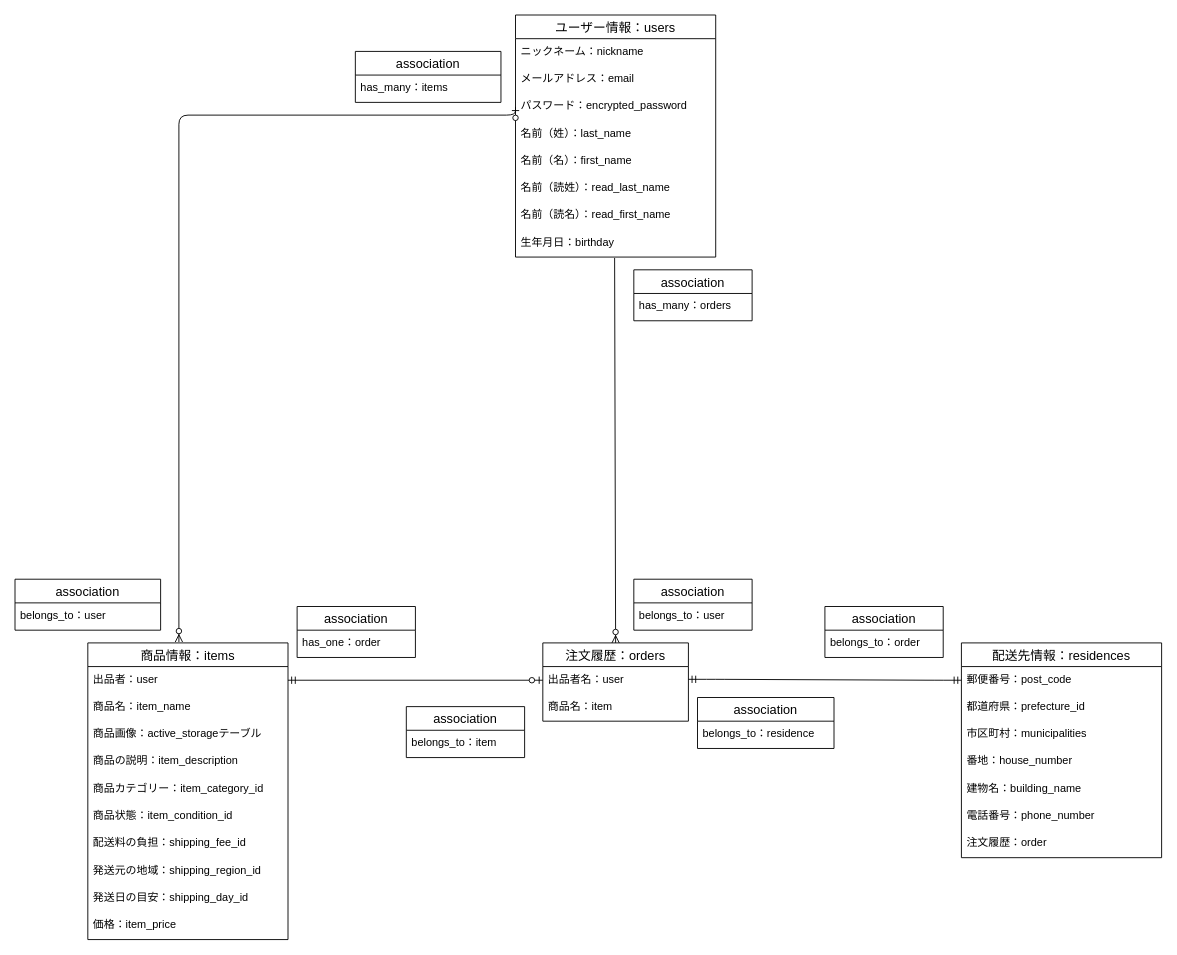
Before: ER .dio in TkToshi/furima-40579, a draw.io diagram. Source tidied: cells renumbered, new cells numbered last; positions are measured from the earlier drawing's top-left corner, leaving out a move shared by most shapes. Both pictures are drawn from the tidied source at 91%, with x=0, y=0 at pixel (15, 15).
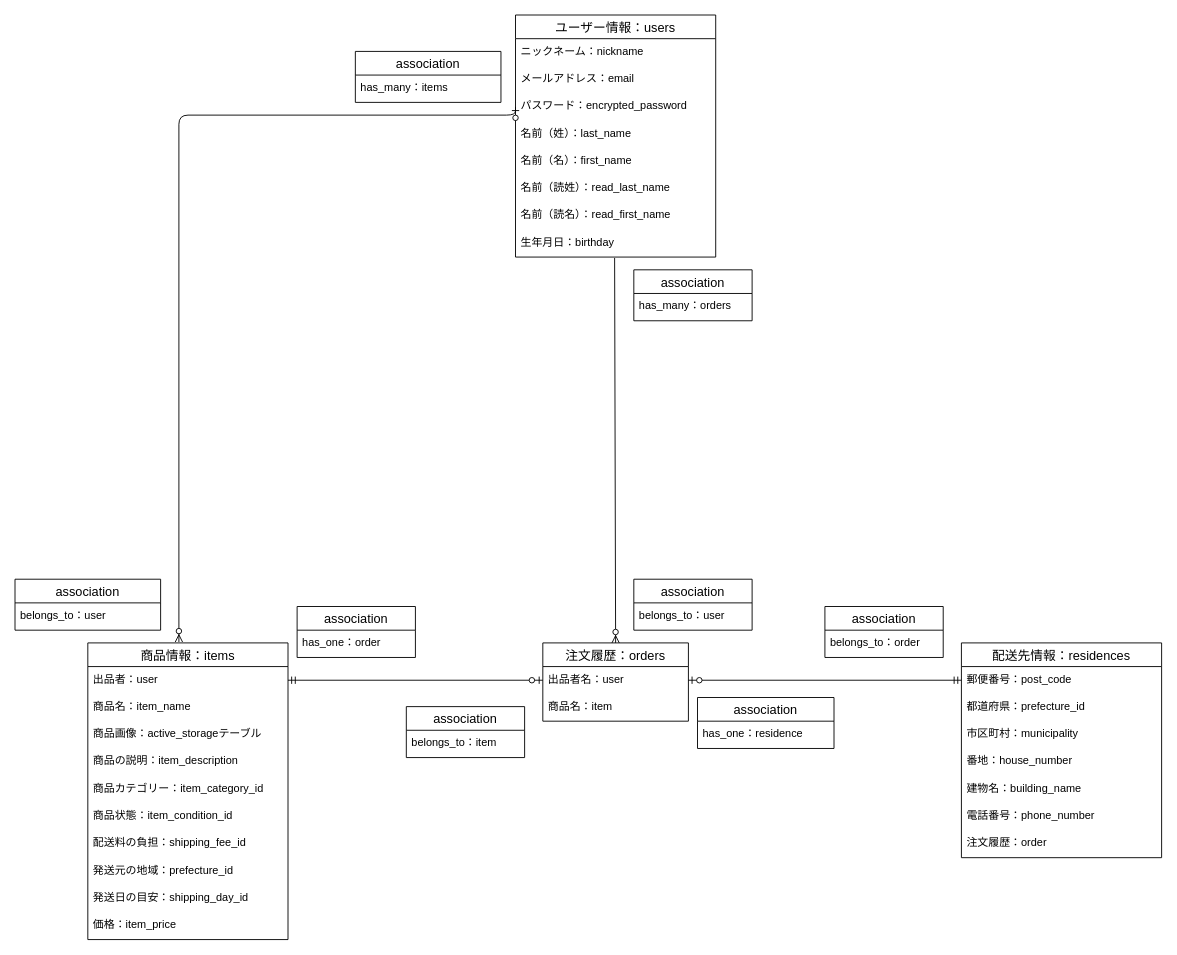
The same diagram, later.

Commit message (it also covers changes not shown here):
データベース設計の修正１

The change refers to these unchanged cells:
```xml
<mxCell id="11" value="商品情報：items" style="swimlane;fontStyle=0;horizontal=1;startSize=26;align=center;fontSize=14;" parent="1" vertex="1">
  <mxGeometry x="80" y="690" width="220" height="326" as="geometry" />
</mxCell>
<mxCell id="23" value="出品者名：user" style="text;strokeColor=none;fillColor=none;spacingLeft=4;spacingRight=4;overflow=hidden;points=[[0,0.5],[1,0.5]];portConstraint=eastwest;fontSize=12;" parent="22" vertex="1">
  <mxGeometry y="26" width="160" height="30" as="geometry" />
</mxCell>
<mxCell id="25" value="配送先情報：residences" style="swimlane;fontStyle=0;horizontal=1;startSize=26;align=center;fontSize=14;" parent="1" vertex="1">
  <mxGeometry x="1040" y="690" width="220" height="236" as="geometry" />
</mxCell>
<mxCell id="26" value="郵便番号：post_code" style="text;strokeColor=none;fillColor=none;spacingLeft=4;spacingRight=4;overflow=hidden;points=[[0,0.5],[1,0.5]];portConstraint=eastwest;fontSize=12;" parent="25" vertex="1">
  <mxGeometry y="26" width="220" height="30" as="geometry" />
</mxCell>
<mxCell id="49" value="association" style="swimlane;fontStyle=0;horizontal=1;startSize=26;align=center;fontSize=14;" parent="1" vertex="1">
  <mxGeometry x="750" y="750" width="150" height="56" as="geometry" />
</mxCell>
```

Change to the diagram source:
```diff
@@
-    <mxCell id="19" value="発送元の地域：shipping_region_id" style="text;strokeColor=none;fillColor=none;spacingLeft=4;spacingRight=4;overflow=hidden;fontSize=12;" parent="11" vertex="1">
+    <mxCell id="19" value="発送元の地域：prefecture_id" style="text;strokeColor=none;fillColor=none;spacingLeft=4;spacingRight=4;overflow=hidden;fontSize=12;" parent="11" vertex="1">
       <mxGeometry y="236" width="220" height="30" as="geometry" />
     </mxCell>
@@
-    <mxCell id="28" value="市区町村：municipalities" style="text;strokeColor=none;fillColor=none;spacingLeft=4;spacingRight=4;overflow=hidden;fontSize=12;" parent="25" vertex="1">
+    <mxCell id="28" value="市区町村：municipality" style="text;strokeColor=none;fillColor=none;spacingLeft=4;spacingRight=4;overflow=hidden;fontSize=12;" parent="25" vertex="1">
       <mxGeometry y="86" width="220" height="30" as="geometry" />
     </mxCell>
@@
-    <mxCell id="35" style="edgeStyle=entityRelationEdgeStyle;fontSize=12;html=1;endArrow=ERmandOne;startArrow=ERmandOne;entryX=0;entryY=0.5;entryDx=0;entryDy=0;" parent="1" edge="1" target="26">
-      <mxGeometry relative="1" as="geometry">
-        <mxPoint x="740" y="730" as="sourcePoint" />
-      </mxGeometry>
-    </mxCell>
@@
-    <mxCell id="50" value="belongs_to：residence" style="text;strokeColor=none;fillColor=none;spacingLeft=4;spacingRight=4;overflow=hidden;fontSize=12;" parent="49" vertex="1">
+    <mxCell id="50" value="has_one：residence" style="text;strokeColor=none;fillColor=none;spacingLeft=4;spacingRight=4;overflow=hidden;fontSize=12;" parent="49" vertex="1">
       <mxGeometry y="26" width="150" height="30" as="geometry" />
     </mxCell>
@@
+    <mxCell id="53" style="fontSize=12;html=1;endArrow=ERzeroToOne;startArrow=ERmandOne;exitX=0;exitY=0.5;exitDx=0;exitDy=0;entryX=1;entryY=0.5;entryDx=0;entryDy=0;" parent="1" edge="1" source="26" target="23">
+      <mxGeometry relative="1" as="geometry" />
+    </mxCell>
```
